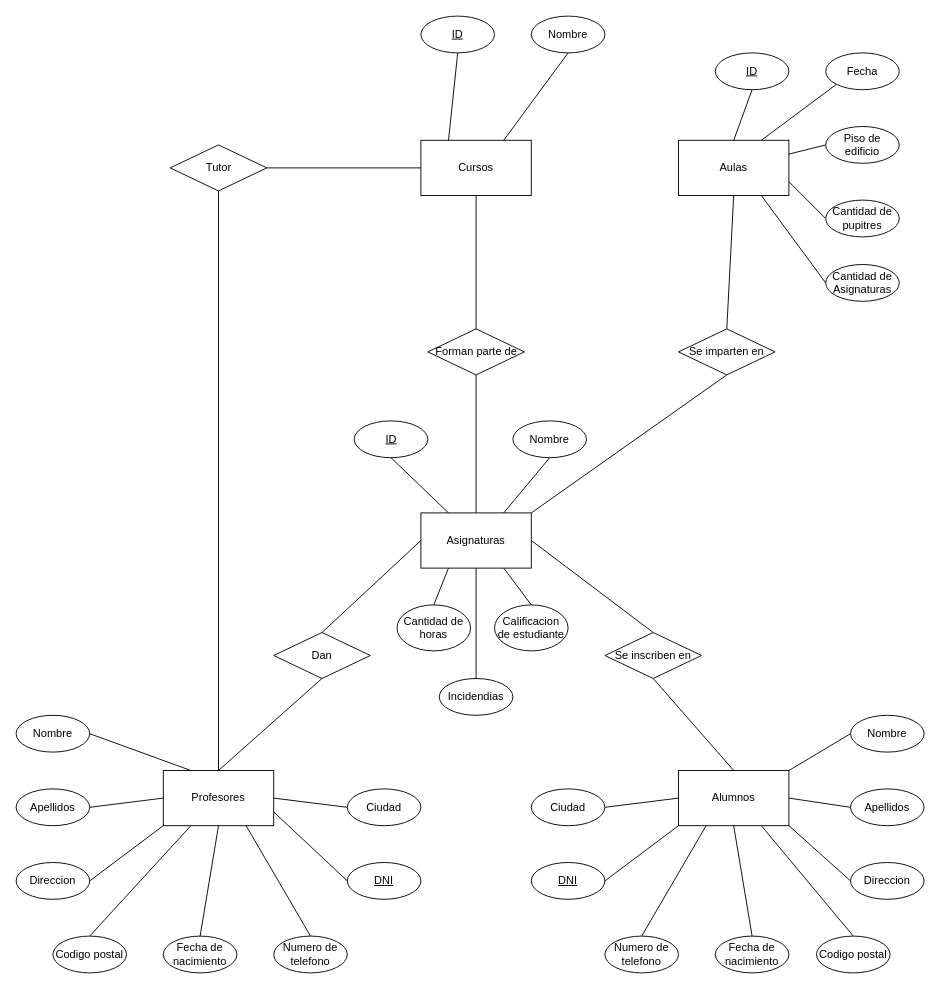
Before: Ejercicio 10.drawio in Shekny/Ejercidios-de-Base-de-Datos, a draw.io diagram. Source tidied: cells renumbered, new cells numbered last; positions are measured from the earlier drawing's top-left corner, leaving out a move shared by most shapes. Both pictures are drawn from the tidied source at 92%, with x=0, y=0 at pixel (16, 16).
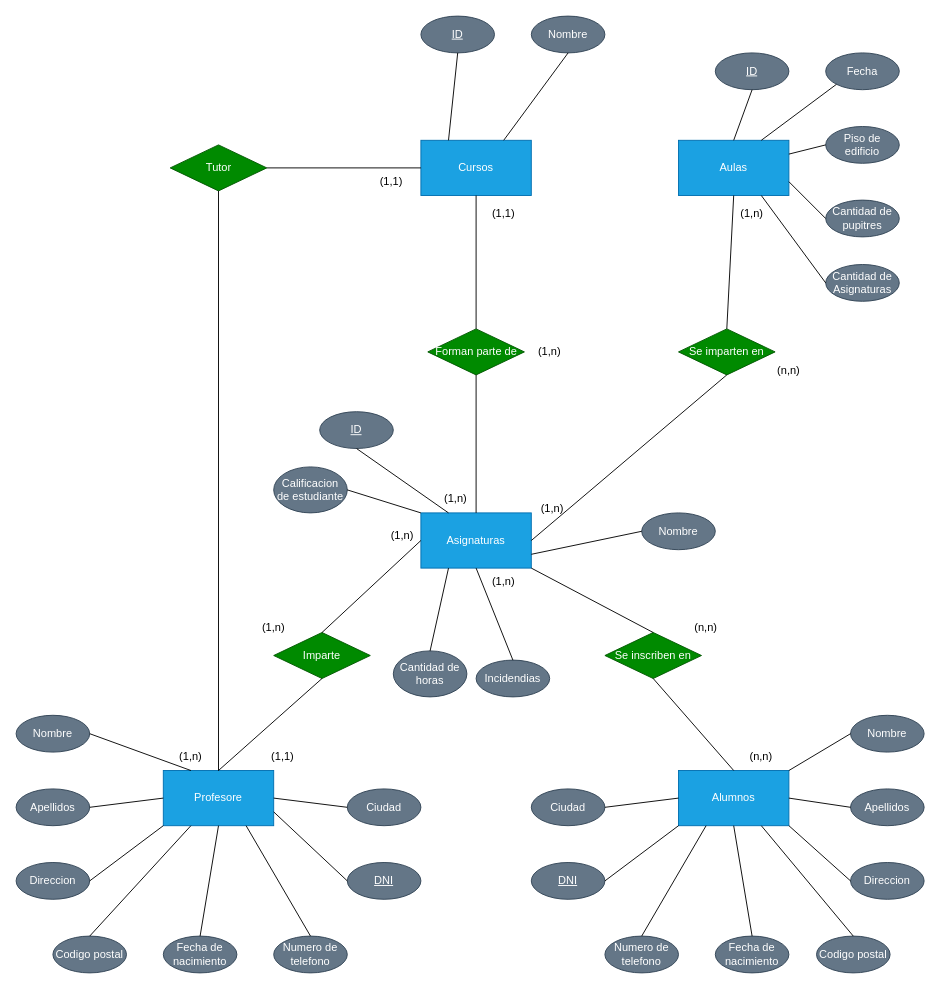
The same diagram, later.

Diff of the diagram source:
```diff
@@
-    <mxCell id="2" value="Profesores" style="rounded=0;whiteSpace=wrap;html=1;" parent="1" vertex="1">
+    <mxCell id="2" value="Profesore" style="rounded=0;whiteSpace=wrap;html=1;fillColor=#1ba1e2;fontColor=#ffffff;strokeColor=#006EAF;" parent="1" vertex="1">
       <mxGeometry x="160" y="820" width="120" height="60" as="geometry" />
     </mxCell>
-    <mxCell id="3" value="Asignaturas" style="rounded=0;whiteSpace=wrap;html=1;" parent="1" vertex="1">
+    <mxCell id="3" value="Asignaturas" style="rounded=0;whiteSpace=wrap;html=1;fillColor=#1ba1e2;fontColor=#ffffff;strokeColor=#006EAF;" parent="1" vertex="1">
       <mxGeometry x="440" y="540" width="120" height="60" as="geometry" />
     </mxCell>
-    <mxCell id="4" value="Alumnos" style="rounded=0;whiteSpace=wrap;html=1;" parent="1" vertex="1">
+    <mxCell id="4" value="Alumnos" style="rounded=0;whiteSpace=wrap;html=1;fillColor=#1ba1e2;fontColor=#ffffff;strokeColor=#006EAF;" parent="1" vertex="1">
       <mxGeometry x="720" y="820" width="120" height="60" as="geometry" />
     </mxCell>
-    <mxCell id="5" value="Cursos" style="rounded=0;whiteSpace=wrap;html=1;" parent="1" vertex="1">
+    <mxCell id="5" value="Cursos" style="rounded=0;whiteSpace=wrap;html=1;fillColor=#1ba1e2;fontColor=#ffffff;strokeColor=#006EAF;" parent="1" vertex="1">
       <mxGeometry x="440" y="135" width="120" height="60" as="geometry" />
     </mxCell>
-    <mxCell id="6" value="Aulas" style="rounded=0;whiteSpace=wrap;html=1;" parent="1" vertex="1">
+    <mxCell id="6" value="Aulas" style="rounded=0;whiteSpace=wrap;html=1;fillColor=#1ba1e2;fontColor=#ffffff;strokeColor=#006EAF;" parent="1" vertex="1">
       <mxGeometry x="720" y="135" width="120" height="60" as="geometry" />
     </mxCell>
-    <mxCell id="7" value="Se imparten en" style="rhombus;whiteSpace=wrap;html=1;" parent="1" vertex="1">
+    <mxCell id="7" value="Se imparten en" style="rhombus;whiteSpace=wrap;html=1;fillColor=#008a00;fontColor=#ffffff;strokeColor=#005700;" parent="1" vertex="1">
       <mxGeometry x="720" y="340" width="105" height="50" as="geometry" />
     </mxCell>
-    <mxCell id="8" value="Se inscriben en" style="rhombus;whiteSpace=wrap;html=1;" parent="1" vertex="1">
+    <mxCell id="8" value="Se inscriben en" style="rhombus;whiteSpace=wrap;html=1;fillColor=#008a00;fontColor=#ffffff;strokeColor=#005700;" parent="1" vertex="1">
       <mxGeometry x="640" y="670" width="105" height="50" as="geometry" />
     </mxCell>
-    <mxCell id="9" value="Dan" style="rhombus;whiteSpace=wrap;html=1;" parent="1" vertex="1">
+    <mxCell id="9" value="Imparte" style="rhombus;whiteSpace=wrap;html=1;fillColor=#008a00;fontColor=#ffffff;strokeColor=#005700;" parent="1" vertex="1">
       <mxGeometry x="280" y="670" width="105" height="50" as="geometry" />
     </mxCell>
-    <mxCell id="10" value="Forman parte de" style="rhombus;whiteSpace=wrap;html=1;" parent="1" vertex="1">
+    <mxCell id="10" value="Forman parte de" style="rhombus;whiteSpace=wrap;html=1;fillColor=#008a00;fontColor=#ffffff;strokeColor=#005700;" parent="1" vertex="1">
       <mxGeometry x="447.5" y="340" width="105" height="50" as="geometry" />
     </mxCell>
-    <mxCell id="11" value="Tutor" style="rhombus;whiteSpace=wrap;html=1;" parent="1" vertex="1">
+    <mxCell id="11" value="Tutor" style="rhombus;whiteSpace=wrap;html=1;fillColor=#008a00;fontColor=#ffffff;strokeColor=#005700;" parent="1" vertex="1">
       <mxGeometry x="167.5" y="140" width="105" height="50" as="geometry" />
     </mxCell>
@@
-    <mxCell id="15" style="endArrow=none;html=1;rounded=0;exitX=0.5;exitY=0;exitDx=0;exitDy=0;entryX=1;entryY=0.5;entryDx=0;entryDy=0;" parent="1" edge="1" source="8" target="3">
+    <mxCell id="15" style="endArrow=none;html=1;rounded=0;exitX=0.5;exitY=0;exitDx=0;exitDy=0;entryX=1;entryY=1;entryDx=0;entryDy=0;" parent="1" edge="1" source="8" target="3">
       <mxGeometry relative="1" as="geometry" />
     </mxCell>
@@
-    <mxCell id="17" style="endArrow=none;html=1;rounded=0;exitX=1;exitY=0;exitDx=0;exitDy=0;entryX=0.5;entryY=1;entryDx=0;entryDy=0;" parent="1" edge="1" source="3" target="7">
+    <mxCell id="17" style="endArrow=none;html=1;rounded=0;exitX=1;exitY=0.5;exitDx=0;exitDy=0;entryX=0.5;entryY=1;entryDx=0;entryDy=0;" parent="1" edge="1" source="3" target="7">
       <mxGeometry relative="1" as="geometry" />
     </mxCell>
@@
-    <mxCell id="22" value="Ciudad" style="ellipse;whiteSpace=wrap;html=1;" parent="1" vertex="1">
+    <mxCell id="22" value="Ciudad" style="ellipse;whiteSpace=wrap;html=1;fillColor=#647687;fontColor=#ffffff;strokeColor=#314354;" parent="1" vertex="1">
       <mxGeometry x="360" y="840" width="80" height="40" as="geometry" />
     </mxCell>
-    <mxCell id="23" value="&lt;u&gt;DNI&lt;/u&gt;" style="ellipse;whiteSpace=wrap;html=1;" parent="1" vertex="1">
+    <mxCell id="23" value="&lt;u&gt;DNI&lt;/u&gt;" style="ellipse;whiteSpace=wrap;html=1;fillColor=#647687;fontColor=#ffffff;strokeColor=#314354;" parent="1" vertex="1">
       <mxGeometry x="360" y="920" width="80" height="40" as="geometry" />
     </mxCell>
-    <mxCell id="24" value="Numero de telefono" style="ellipse;whiteSpace=wrap;html=1;" parent="1" vertex="1">
+    <mxCell id="24" value="Numero de telefono" style="ellipse;whiteSpace=wrap;html=1;fillColor=#647687;fontColor=#ffffff;strokeColor=#314354;" parent="1" vertex="1">
       <mxGeometry x="280" y="1000" width="80" height="40" as="geometry" />
     </mxCell>
-    <mxCell id="25" value="Fecha de nacimiento" style="ellipse;whiteSpace=wrap;html=1;" parent="1" vertex="1">
+    <mxCell id="25" value="Fecha de nacimiento" style="ellipse;whiteSpace=wrap;html=1;fillColor=#647687;fontColor=#ffffff;strokeColor=#314354;" parent="1" vertex="1">
       <mxGeometry x="160" y="1000" width="80" height="40" as="geometry" />
     </mxCell>
-    <mxCell id="26" value="Codigo postal" style="ellipse;whiteSpace=wrap;html=1;" parent="1" vertex="1">
+    <mxCell id="26" value="Codigo postal" style="ellipse;whiteSpace=wrap;html=1;fillColor=#647687;fontColor=#ffffff;strokeColor=#314354;" parent="1" vertex="1">
       <mxGeometry x="40" y="1000" width="80" height="40" as="geometry" />
     </mxCell>
-    <mxCell id="27" value="Direccion" style="ellipse;whiteSpace=wrap;html=1;" parent="1" vertex="1">
+    <mxCell id="27" value="Direccion" style="ellipse;whiteSpace=wrap;html=1;fillColor=#647687;fontColor=#ffffff;strokeColor=#314354;" parent="1" vertex="1">
       <mxGeometry y="920" width="80" height="40" as="geometry" />
     </mxCell>
-    <mxCell id="28" value="Apellidos" style="ellipse;whiteSpace=wrap;html=1;" parent="1" vertex="1">
+    <mxCell id="28" value="Apellidos" style="ellipse;whiteSpace=wrap;html=1;fillColor=#647687;fontColor=#ffffff;strokeColor=#314354;" parent="1" vertex="1">
       <mxGeometry y="840" width="80" height="40" as="geometry" />
     </mxCell>
-    <mxCell id="29" value="Nombre" style="ellipse;whiteSpace=wrap;html=1;" parent="1" vertex="1">
+    <mxCell id="29" value="Nombre" style="ellipse;whiteSpace=wrap;html=1;fillColor=#647687;fontColor=#ffffff;strokeColor=#314354;" parent="1" vertex="1">
       <mxGeometry y="760" width="80" height="40" as="geometry" />
     </mxCell>
-    <mxCell id="30" value="Ciudad" style="ellipse;whiteSpace=wrap;html=1;" parent="1" vertex="1">
+    <mxCell id="30" value="Ciudad" style="ellipse;whiteSpace=wrap;html=1;fillColor=#647687;fontColor=#ffffff;strokeColor=#314354;" parent="1" vertex="1">
       <mxGeometry x="560" y="840" width="80" height="40" as="geometry" />
     </mxCell>
-    <mxCell id="31" value="&lt;u&gt;DNI&lt;/u&gt;" style="ellipse;whiteSpace=wrap;html=1;" parent="1" vertex="1">
+    <mxCell id="31" value="&lt;u&gt;DNI&lt;/u&gt;" style="ellipse;whiteSpace=wrap;html=1;fillColor=#647687;fontColor=#ffffff;strokeColor=#314354;" parent="1" vertex="1">
       <mxGeometry x="560" y="920" width="80" height="40" as="geometry" />
     </mxCell>
-    <mxCell id="32" value="Numero de telefono" style="ellipse;whiteSpace=wrap;html=1;" parent="1" vertex="1">
+    <mxCell id="32" value="Numero de telefono" style="ellipse;whiteSpace=wrap;html=1;fillColor=#647687;fontColor=#ffffff;strokeColor=#314354;" parent="1" vertex="1">
       <mxGeometry x="640" y="1000" width="80" height="40" as="geometry" />
     </mxCell>
-    <mxCell id="33" value="Fecha de nacimiento" style="ellipse;whiteSpace=wrap;html=1;" parent="1" vertex="1">
+    <mxCell id="33" value="Fecha de nacimiento" style="ellipse;whiteSpace=wrap;html=1;fillColor=#647687;fontColor=#ffffff;strokeColor=#314354;" parent="1" vertex="1">
       <mxGeometry x="760" y="1000" width="80" height="40" as="geometry" />
     </mxCell>
-    <mxCell id="34" value="Codigo postal" style="ellipse;whiteSpace=wrap;html=1;" parent="1" vertex="1">
+    <mxCell id="34" value="Codigo postal" style="ellipse;whiteSpace=wrap;html=1;fillColor=#647687;fontColor=#ffffff;strokeColor=#314354;" parent="1" vertex="1">
       <mxGeometry x="870" y="1000" width="80" height="40" as="geometry" />
     </mxCell>
-    <mxCell id="35" value="Direccion" style="ellipse;whiteSpace=wrap;html=1;" parent="1" vertex="1">
+    <mxCell id="35" value="Direccion" style="ellipse;whiteSpace=wrap;html=1;fillColor=#647687;fontColor=#ffffff;strokeColor=#314354;" parent="1" vertex="1">
       <mxGeometry x="907" y="920" width="80" height="40" as="geometry" />
     </mxCell>
-    <mxCell id="36" value="Apellidos" style="ellipse;whiteSpace=wrap;html=1;" parent="1" vertex="1">
+    <mxCell id="36" value="Apellidos" style="ellipse;whiteSpace=wrap;html=1;fillColor=#647687;fontColor=#ffffff;strokeColor=#314354;" parent="1" vertex="1">
       <mxGeometry x="907" y="840" width="80" height="40" as="geometry" />
     </mxCell>
-    <mxCell id="37" value="Nombre" style="ellipse;whiteSpace=wrap;html=1;" parent="1" vertex="1">
+    <mxCell id="37" value="Nombre" style="ellipse;whiteSpace=wrap;html=1;fillColor=#647687;fontColor=#ffffff;strokeColor=#314354;" parent="1" vertex="1">
       <mxGeometry x="907" y="760" width="80" height="40" as="geometry" />
     </mxCell>
-    <mxCell id="38" value="Calificacion de estudiante" style="ellipse;whiteSpace=wrap;html=1;" parent="1" vertex="1">
-      <mxGeometry x="520" y="640" width="80" height="50" as="geometry" />
+    <mxCell id="38" value="Calificacion de estudiante" style="ellipse;whiteSpace=wrap;html=1;fillColor=#647687;fontColor=#ffffff;strokeColor=#314354;" parent="1" vertex="1">
+      <mxGeometry x="280" y="490" width="80" height="50" as="geometry" />
     </mxCell>
-    <mxCell id="39" value="Cantidad de horas" style="ellipse;whiteSpace=wrap;html=1;" parent="1" vertex="1">
-      <mxGeometry x="414" y="640" width="80" height="50" as="geometry" />
+    <mxCell id="39" value="Cantidad de horas" style="ellipse;whiteSpace=wrap;html=1;fillColor=#647687;fontColor=#ffffff;strokeColor=#314354;" parent="1" vertex="1">
+      <mxGeometry x="410" y="690" width="80" height="50" as="geometry" />
     </mxCell>
@@
-    <mxCell id="57" style="endArrow=none;html=1;rounded=0;exitX=0.5;exitY=0;exitDx=0;exitDy=0;entryX=0.75;entryY=1;entryDx=0;entryDy=0;" parent="1" edge="1" source="38" target="3">
+    <mxCell id="57" style="endArrow=none;html=1;rounded=0;exitX=1;exitY=0.5;exitDx=0;exitDy=0;entryX=0;entryY=0;entryDx=0;entryDy=0;" parent="1" edge="1" source="38" target="3">
       <mxGeometry relative="1" as="geometry" />
     </mxCell>
-    <mxCell id="58" value="&lt;u&gt;ID&lt;/u&gt;" style="ellipse;whiteSpace=wrap;html=1;" parent="1" vertex="1">
-      <mxGeometry x="367.5" y="440" width="80" height="40" as="geometry" />
+    <mxCell id="58" value="&lt;u&gt;ID&lt;/u&gt;" style="ellipse;whiteSpace=wrap;html=1;fillColor=#647687;fontColor=#ffffff;strokeColor=#314354;" parent="1" vertex="1">
+      <mxGeometry x="330" y="430" width="80" height="40" as="geometry" />
     </mxCell>
-    <mxCell id="59" value="Nombre" style="ellipse;whiteSpace=wrap;html=1;" parent="1" vertex="1">
-      <mxGeometry x="540" y="440" width="80" height="40" as="geometry" />
+    <mxCell id="59" value="Nombre" style="ellipse;whiteSpace=wrap;html=1;fillColor=#647687;fontColor=#ffffff;strokeColor=#314354;" parent="1" vertex="1">
+      <mxGeometry x="680" y="540" width="80" height="40" as="geometry" />
     </mxCell>
@@
-    <mxCell id="61" style="endArrow=none;html=1;rounded=0;exitX=0.5;exitY=1;exitDx=0;exitDy=0;entryX=0.75;entryY=0;entryDx=0;entryDy=0;" parent="1" edge="1" source="59" target="3">
+    <mxCell id="61" style="endArrow=none;html=1;rounded=0;exitX=0;exitY=0.5;exitDx=0;exitDy=0;entryX=1;entryY=0.75;entryDx=0;entryDy=0;" parent="1" edge="1" source="59" target="3">
       <mxGeometry relative="1" as="geometry" />
     </mxCell>
-    <mxCell id="62" value="Incidendias" style="ellipse;whiteSpace=wrap;html=1;" parent="1" vertex="1">
-      <mxGeometry x="460" y="720" width="80" height="40" as="geometry" />
+    <mxCell id="62" value="Incidendias" style="ellipse;whiteSpace=wrap;html=1;fillColor=#647687;fontColor=#ffffff;strokeColor=#314354;" parent="1" vertex="1">
+      <mxGeometry x="500" y="700" width="80" height="40" as="geometry" />
     </mxCell>
@@
-    <mxCell id="64" value="&lt;u&gt;ID&lt;/u&gt;" style="ellipse;whiteSpace=wrap;html=1;" parent="1" vertex="1">
+    <mxCell id="64" value="&lt;u&gt;ID&lt;/u&gt;" style="ellipse;whiteSpace=wrap;html=1;fillColor=#647687;fontColor=#ffffff;strokeColor=#314354;" parent="1" vertex="1">
       <mxGeometry x="440" width="80" height="40" as="geometry" />
     </mxCell>
-    <mxCell id="65" value="Nombre" style="ellipse;whiteSpace=wrap;html=1;" parent="1" vertex="1">
+    <mxCell id="65" value="Nombre" style="ellipse;whiteSpace=wrap;html=1;fillColor=#647687;fontColor=#ffffff;strokeColor=#314354;" parent="1" vertex="1">
       <mxGeometry x="560" width="80" height="40" as="geometry" />
     </mxCell>
@@
-    <mxCell id="68" value="&lt;u&gt;ID&lt;/u&gt;" style="ellipse;whiteSpace=wrap;html=1;" parent="1" vertex="1">
+    <mxCell id="68" value="&lt;u&gt;ID&lt;/u&gt;" style="ellipse;whiteSpace=wrap;html=1;fillColor=#647687;fontColor=#ffffff;strokeColor=#314354;" parent="1" vertex="1">
       <mxGeometry x="760" y="40" width="80" height="40" as="geometry" />
     </mxCell>
-    <mxCell id="69" value="Piso de edificio" style="ellipse;whiteSpace=wrap;html=1;" parent="1" vertex="1">
+    <mxCell id="69" value="Piso de edificio" style="ellipse;whiteSpace=wrap;html=1;fillColor=#647687;fontColor=#ffffff;strokeColor=#314354;" parent="1" vertex="1">
       <mxGeometry x="880" y="120" width="80" height="40" as="geometry" />
     </mxCell>
-    <mxCell id="70" value="Cantidad de pupitres" style="ellipse;whiteSpace=wrap;html=1;" parent="1" vertex="1">
+    <mxCell id="70" value="Cantidad de pupitres" style="ellipse;whiteSpace=wrap;html=1;fillColor=#647687;fontColor=#ffffff;strokeColor=#314354;" parent="1" vertex="1">
       <mxGeometry x="880" y="200" width="80" height="40" as="geometry" />
     </mxCell>
@@
-    <mxCell id="74" value="Fecha" style="ellipse;whiteSpace=wrap;html=1;" parent="1" vertex="1">
+    <mxCell id="74" value="Fecha" style="ellipse;whiteSpace=wrap;html=1;fillColor=#647687;fontColor=#ffffff;strokeColor=#314354;" parent="1" vertex="1">
       <mxGeometry x="880" y="40" width="80" height="40" as="geometry" />
     </mxCell>
-    <mxCell id="75" value="Cantidad de Asignaturas" style="ellipse;whiteSpace=wrap;html=1;" parent="1" vertex="1">
+    <mxCell id="75" value="Cantidad de Asignaturas" style="ellipse;whiteSpace=wrap;html=1;fillColor=#647687;fontColor=#ffffff;strokeColor=#314354;" parent="1" vertex="1">
       <mxGeometry x="880" y="270" width="80" height="40" as="geometry" />
     </mxCell>
@@
+    <mxCell id="78" value="(1,n)" style="text;html=1;align=center;verticalAlign=middle;whiteSpace=wrap;rounded=0;" parent="1" vertex="1">
+      <mxGeometry x="160" y="790" width="60" height="30" as="geometry" />
+    </mxCell>
+    <mxCell id="79" value="(1,1)" style="text;html=1;align=center;verticalAlign=middle;whiteSpace=wrap;rounded=0;" parent="1" vertex="1">
+      <mxGeometry x="377.5" y="165" width="60" height="30" as="geometry" />
+    </mxCell>
+    <mxCell id="80" value="(1,1)" style="text;html=1;align=center;verticalAlign=middle;whiteSpace=wrap;rounded=0;" parent="1" vertex="1">
+      <mxGeometry x="260" y="790" width="60" height="30" as="geometry" />
+    </mxCell>
+    <mxCell id="81" value="(1,n)" style="text;html=1;align=center;verticalAlign=middle;whiteSpace=wrap;rounded=0;" parent="1" vertex="1">
+      <mxGeometry x="390" y="550" width="60" height="30" as="geometry" />
+    </mxCell>
+    <mxCell id="82" value="(1,n)" style="text;html=1;align=center;verticalAlign=middle;whiteSpace=wrap;rounded=0;" parent="1" vertex="1">
+      <mxGeometry x="250" y="650" width="60" height="30" as="geometry" />
+    </mxCell>
+    <mxCell id="83" value="(n,n)" style="text;html=1;align=center;verticalAlign=middle;whiteSpace=wrap;rounded=0;" parent="1" vertex="1">
+      <mxGeometry x="720" y="650" width="60" height="30" as="geometry" />
+    </mxCell>
+    <mxCell id="84" value="(n,n)" style="text;html=1;align=center;verticalAlign=middle;whiteSpace=wrap;rounded=0;" parent="1" vertex="1">
+      <mxGeometry x="780" y="790" width="60" height="30" as="geometry" />
+    </mxCell>
+    <mxCell id="85" value="(1,n)" style="text;html=1;align=center;verticalAlign=middle;whiteSpace=wrap;rounded=0;" parent="1" vertex="1">
+      <mxGeometry x="500" y="600" width="60" height="30" as="geometry" />
+    </mxCell>
+    <mxCell id="86" value="(n,n)" style="text;html=1;align=center;verticalAlign=middle;whiteSpace=wrap;rounded=0;" parent="1" vertex="1">
+      <mxGeometry x="810" y="370" width="60" height="30" as="geometry" />
+    </mxCell>
+    <mxCell id="87" value="(1,n)" style="text;html=1;align=center;verticalAlign=middle;whiteSpace=wrap;rounded=0;" parent="1" vertex="1">
+      <mxGeometry x="552.5" y="520" width="60" height="30" as="geometry" />
+    </mxCell>
+    <mxCell id="88" value="(1,n)" style="text;html=1;align=center;verticalAlign=middle;whiteSpace=wrap;rounded=0;" parent="1" vertex="1">
+      <mxGeometry x="770" y="200" width="60" height="30" as="geometry" />
+    </mxCell>
+    <mxCell id="89" value="(1,1)" style="text;html=1;align=center;verticalAlign=middle;whiteSpace=wrap;rounded=0;" parent="1" vertex="1">
+      <mxGeometry x="500" y="200" width="60" height="30" as="geometry" />
+    </mxCell>
+    <mxCell id="90" value="(1,n)" style="text;html=1;align=center;verticalAlign=middle;whiteSpace=wrap;rounded=0;" parent="1" vertex="1">
+      <mxGeometry x="447.5" y="510" width="60" height="30" as="geometry" />
+    </mxCell>
+    <mxCell id="91" value="(1,n)" style="text;html=1;align=center;verticalAlign=middle;whiteSpace=wrap;rounded=0;" parent="1" vertex="1">
+      <mxGeometry x="550" y="350" width="60" height="30" as="geometry" />
+    </mxCell>
```
